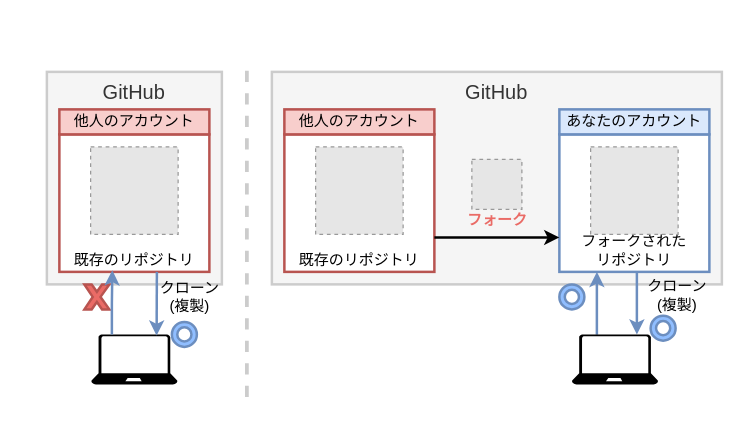
Earlier version of the draw.io diagram draw.io/fork_clone.drawio (tsuen4/Git-Learning-2019-flow). Source tidied: cells renumbered, new cells numbered last; positions are measured from the earlier drawing's top-left corner, leaving out a move shared by most shapes. Both pictures are drawn from the tidied source at 125%, with x=0, y=0 at pixel (21, 59). Pictures stored in the file or linked from it are replaced by grey dashed boxes.
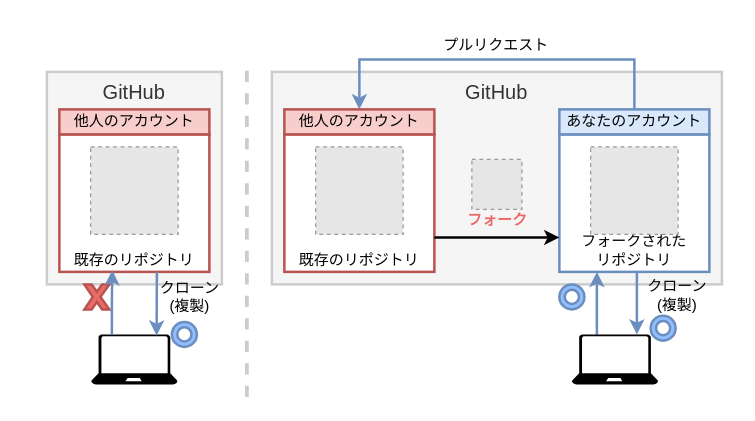
The same page after the edit.

Commit message (it also covers changes not shown here):
フォークとクローンの図を修正

Diff of the diagram source:
```diff
@@
     <mxCell id="2" style="rounded=0;whiteSpace=wrap;html=1;labelBackgroundColor=#ffffff;strokeColor=none;strokeWidth=2;fillColor=#ffffff;fontSize=16;fontColor=#000000;" parent="1" vertex="1">
-      <mxGeometry width="570" height="270" as="geometry" />
+      <mxGeometry y="-30" width="570" height="300" as="geometry" />
     </mxCell>
@@
+    <mxCell id="32" value="プルリクエスト" style="edgeStyle=orthogonalEdgeStyle;rounded=0;orthogonalLoop=1;jettySize=auto;html=1;strokeWidth=2;fontSize=12;entryX=0.5;entryY=0;entryDx=0;entryDy=0;labelPosition=center;verticalLabelPosition=bottom;align=center;verticalAlign=top;spacingRight=35;spacing=0;spacingTop=-3;spacingBottom=0;fillColor=#dae8fc;strokeColor=#6c8ebf;exitX=0.5;exitY=0;exitDx=0;exitDy=0;" parent="1" edge="1">
+      <mxGeometry x="-0.11" y="-20" relative="1" as="geometry">
+        <mxPoint x="490" y="40" as="sourcePoint" />
+        <mxPoint x="270" y="40" as="targetPoint" />
+        <Array as="points">
+          <mxPoint x="490" />
+          <mxPoint x="270" />
+        </Array>
+      </mxGeometry>
+    </mxCell>
```
